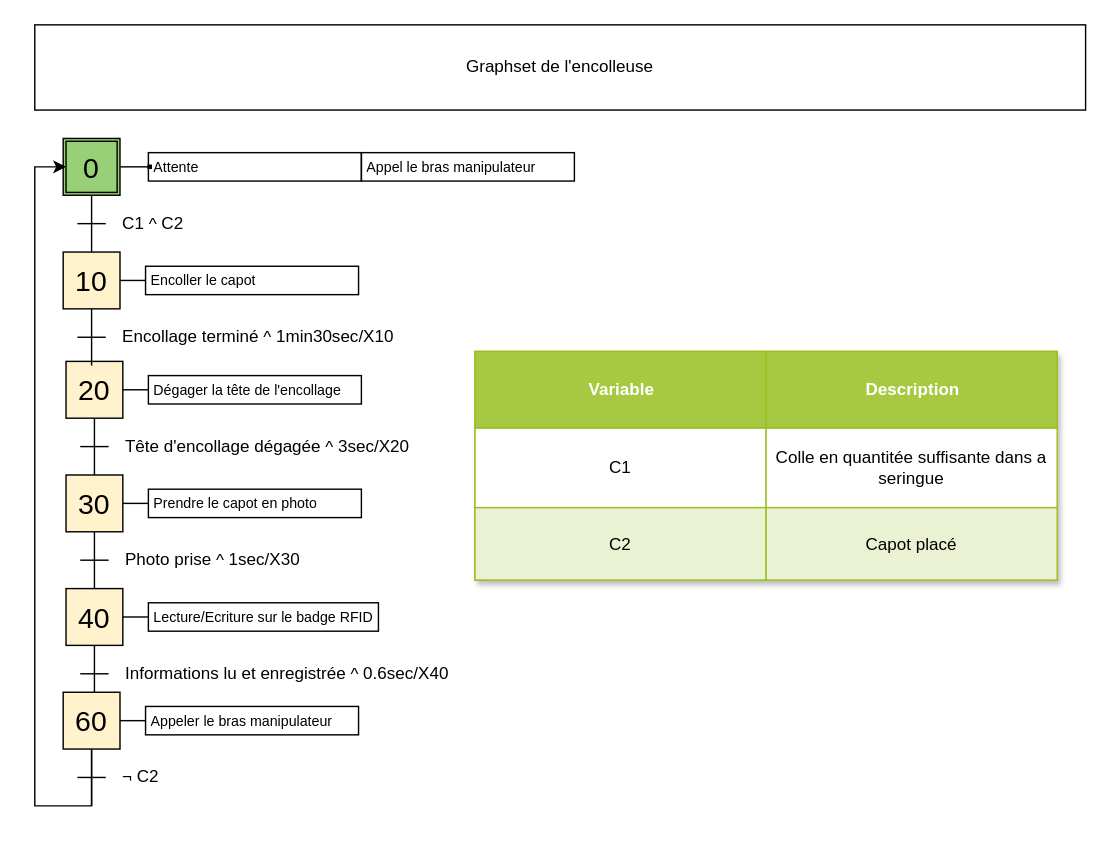
Earlier version of the draw.io diagram PDCA5 (AUTOMATISATION-ERGONOMIE)/GRAFCET/GrafcetEncolleuse.drawio (CharifMah/Systemes_automatises). Source tidied: cells renumbered, new cells numbered last; positions are measured from the earlier drawing's top-left corner, leaving out a move shared by most shapes. Both pictures are drawn from the tidied source at 142%, with x=0, y=0 at pixel (34, 24).
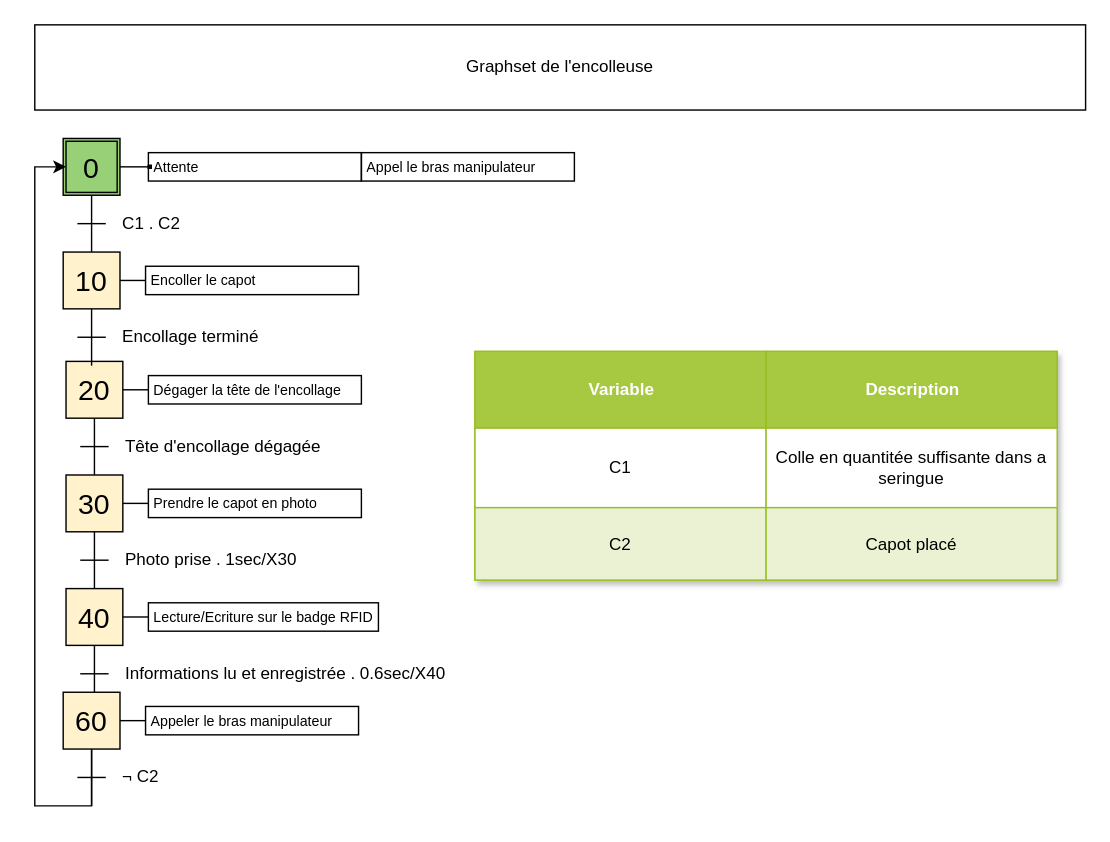
After the change.

Unchanged cells that the change refers to:
```xml
<mxCell id="2" style="group;" parent="1" vertex="1">
  <mxGeometry x="22" y="317" width="220" height="233" as="geometry" />
</mxCell>
<mxCell id="9" style="group;" parent="2" vertex="1">
  <mxGeometry y="80" width="220" height="153" as="geometry" />
</mxCell>
<mxCell id="23" style="group;" parent="1" vertex="1">
  <mxGeometry x="22" y="237" width="210" height="80" as="geometry" />
</mxCell>
<mxCell id="30" style="group;" parent="1" vertex="1">
  <mxGeometry x="20" y="160" width="208" height="80" as="geometry" />
</mxCell>
<mxCell id="38" style="group;" parent="37" vertex="1">
  <mxGeometry x="-50" y="-10" width="212" height="80" as="geometry" />
</mxCell>
```

Diff of the diagram source:
```diff
@@
-    <mxCell id="5" value="Photo prise ^ 1sec/X30" style="text;html=1;strokeColor=none;fillColor=none;align=left;verticalAlign=middle;rounded=0;fontSize=12;startSize=20;" parent="2" vertex="1">
+    <mxCell id="5" value="Photo prise .&lt;span style=&quot;background-color: transparent; color: light-dark(rgb(0, 0, 0), rgb(255, 255, 255));&quot;&gt;&amp;nbsp;1sec/X30&lt;/span&gt;" style="text;html=1;strokeColor=none;fillColor=none;align=left;verticalAlign=middle;rounded=0;fontSize=12;startSize=20;" parent="2" vertex="1">
       <mxGeometry x="40" y="50" width="40" height="20" as="geometry" />
     </mxCell>
@@
-    <mxCell id="12" value="Informations lu et enregistrée ^ 0.6sec/X40" style="text;html=1;strokeColor=none;fillColor=none;align=left;verticalAlign=middle;rounded=0;fontSize=12;startSize=20;" parent="9" vertex="1">
+    <mxCell id="12" value="Informations lu et enregistrée . 0.6sec/X40" style="text;html=1;strokeColor=none;fillColor=none;align=left;verticalAlign=middle;rounded=0;fontSize=12;startSize=20;" parent="9" vertex="1">
       <mxGeometry x="40" y="50" width="40" height="20" as="geometry" />
     </mxCell>
@@
-    <mxCell id="26" value="Tête d'encollage dégagée ^ 3sec/X20" style="text;html=1;strokeColor=none;fillColor=none;align=left;verticalAlign=middle;rounded=0;fontSize=12;startSize=20;" parent="23" vertex="1">
+    <mxCell id="26" value="Tête d'encollage dégagée" style="text;html=1;strokeColor=none;fillColor=none;align=left;verticalAlign=middle;rounded=0;fontSize=12;startSize=20;" parent="23" vertex="1">
       <mxGeometry x="40" y="50" width="40" height="20" as="geometry" />
     </mxCell>
@@
-    <mxCell id="33" value="Encollage terminé ^ 1min30sec/X10" style="text;html=1;strokeColor=none;fillColor=none;align=left;verticalAlign=middle;rounded=0;fontSize=12;startSize=20;" parent="30" vertex="1">
+    <mxCell id="33" value="Encollage terminé" style="text;html=1;strokeColor=none;fillColor=none;align=left;verticalAlign=middle;rounded=0;fontSize=12;startSize=20;" parent="30" vertex="1">
       <mxGeometry x="40" y="50" width="80" height="20" as="geometry" />
     </mxCell>
@@
-    <mxCell id="42" value="C1 ^ C2" style="text;html=1;strokeColor=none;fillColor=none;align=left;verticalAlign=middle;rounded=0;fontSize=12;" parent="38" vertex="1">
+    <mxCell id="42" value="C1 . C2" style="text;html=1;strokeColor=none;fillColor=none;align=left;verticalAlign=middle;rounded=0;fontSize=12;" parent="38" vertex="1">
       <mxGeometry x="40" y="50" width="40" height="20" as="geometry" />
     </mxCell>
```
